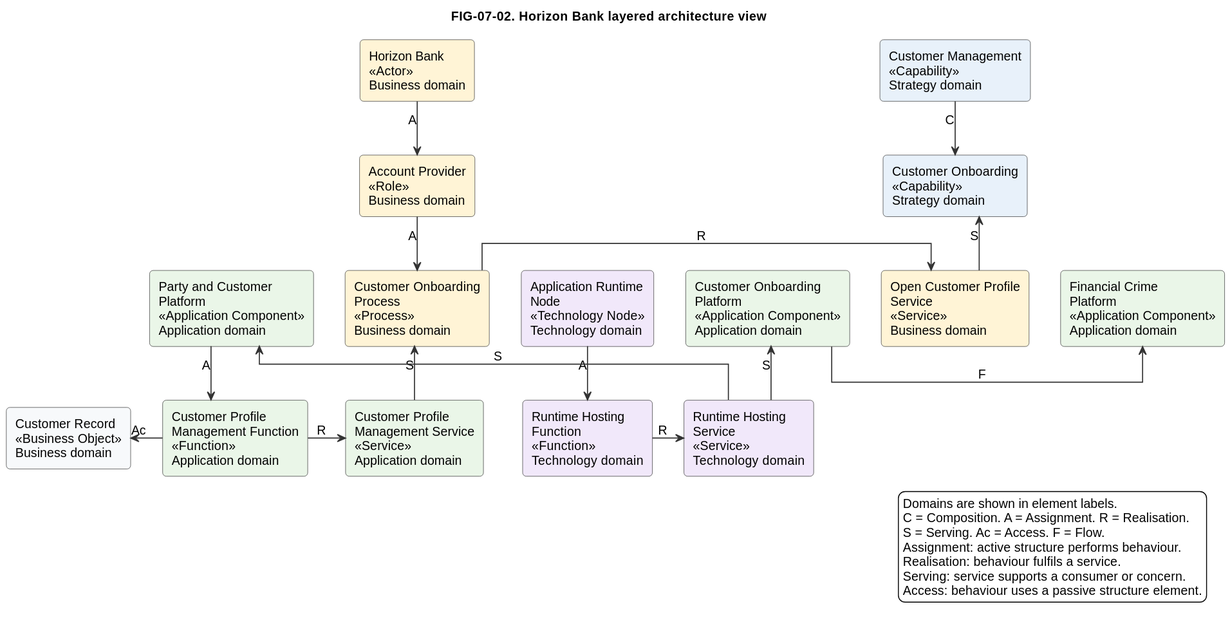
The PlantUML diagram diagrams/exported/svg/FIG-07-02-horizon-bank-layered-architecture-view.svg in nishikanttiwari01/Architecture_Modelling, before a commit.
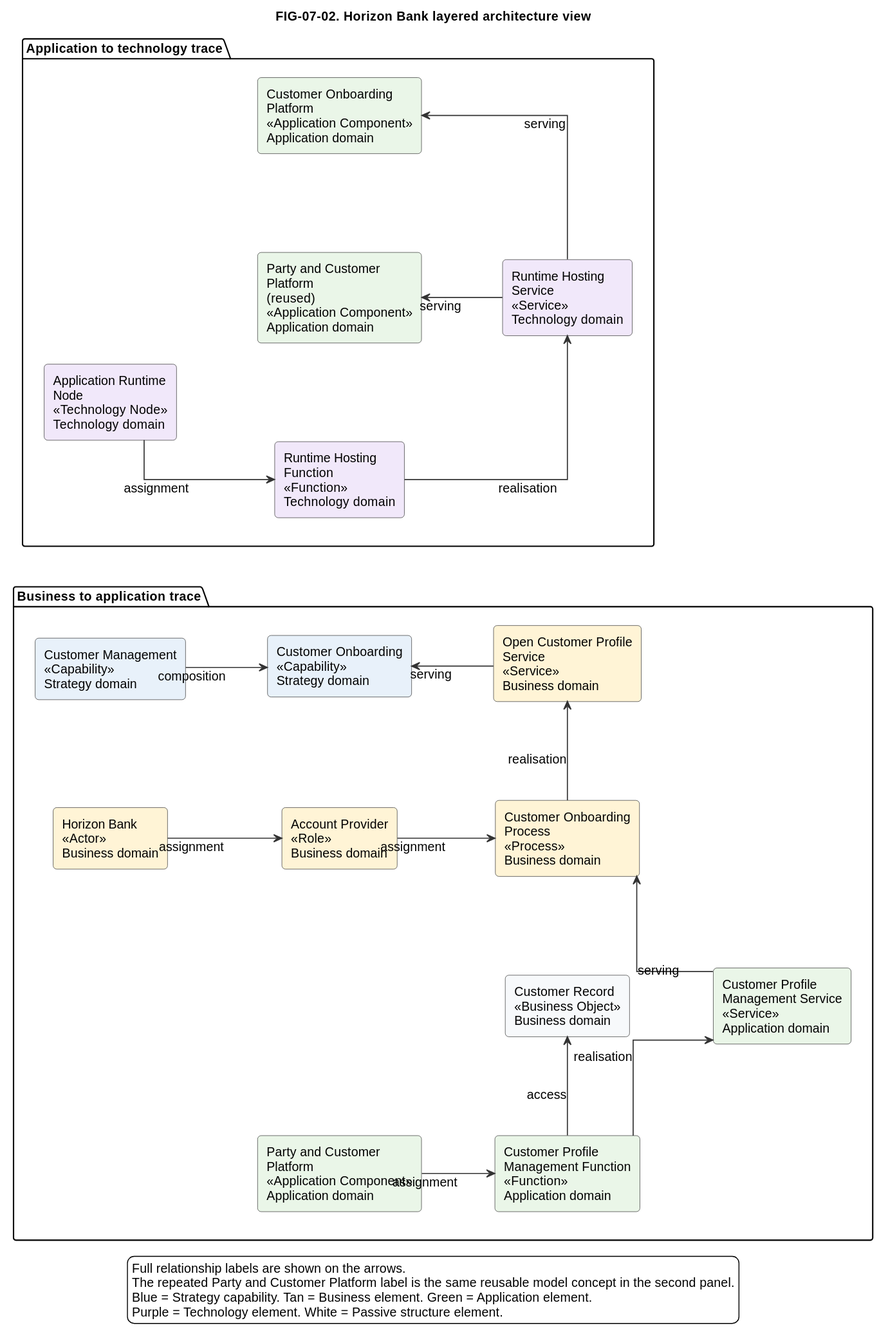
Later version of the same file.

Diff of the diagram source:
```diff
@@ -4,55 +4,60 @@
 title FIG-07-02. Horizon Bank layered architecture view
 
 skinparam linetype ortho
+skinparam nodesep 110
+skinparam ranksep 80
 skinparam rectangle {
   RoundCorner 8
 }
 
-top to bottom direction
+left to right direction
 
-rectangle "Customer Management\n<<Capability>>\nStrategy domain" as cap_customer #E8F1FA
-rectangle "Customer Onboarding\n<<Capability>>\nStrategy domain" as cap_onboarding #E8F1FA
+package "Business to application trace" as panel_business #FFFFFF {
+  rectangle "Customer Management\n<<Capability>>\nStrategy domain" as cap_customer #E8F1FA
+  rectangle "Customer Onboarding\n<<Capability>>\nStrategy domain" as cap_onboarding #E8F1FA
 
-rectangle "Horizon Bank\n<<Actor>>\nBusiness domain" as actor_bank #FFF4D6
-rectangle "Account Provider\n<<Role>>\nBusiness domain" as role_provider #FFF4D6
-rectangle "Customer Onboarding\nProcess\n<<Process>>\nBusiness domain" as bp_onboarding #FFF4D6
-rectangle "Open Customer Profile\nService\n<<Service>>\nBusiness domain" as bs_open_profile #FFF4D6
-rectangle "Customer Record\n<<Business Object>>\nBusiness domain" as bo_customer #F7F9FB
+  rectangle "Horizon Bank\n<<Actor>>\nBusiness domain" as actor_bank #FFF4D6
+  rectangle "Account Provider\n<<Role>>\nBusiness domain" as role_provider #FFF4D6
+  rectangle "Customer Onboarding\nProcess\n<<Process>>\nBusiness domain" as bp_onboarding #FFF4D6
+  rectangle "Open Customer Profile\nService\n<<Service>>\nBusiness domain" as bs_open_profile #FFF4D6
 
-rectangle "Party and Customer\nPlatform\n<<Application Component>>\nApplication domain" as app_party #EAF6E8
-rectangle "Customer Profile\nManagement Function\n<<Function>>\nApplication domain" as app_func #EAF6E8
-rectangle "Customer Profile\nManagement Service\n<<Service>>\nApplication domain" as app_service #EAF6E8
-rectangle "Customer Onboarding\nPlatform\n<<Application Component>>\nApplication domain" as app_onboarding #EAF6E8
-rectangle "Financial Crime\nPlatform\n<<Application Component>>\nApplication domain" as app_fincrime #EAF6E8
+  rectangle "Party and Customer\nPlatform\n<<Application Component>>\nApplication domain" as app_party #EAF6E8
+  rectangle "Customer Profile\nManagement Function\n<<Function>>\nApplication domain" as app_func #EAF6E8
+  rectangle "Customer Profile\nManagement Service\n<<Service>>\nApplication domain" as app_service #EAF6E8
+  rectangle "Customer Record\n<<Business Object>>\nBusiness domain" as bo_customer #F7F9FB
+}
 
-rectangle "Application Runtime\nNode\n<<Technology Node>>\nTechnology domain" as tech_node #F1E8FA
-rectangle "Runtime Hosting\nFunction\n<<Function>>\nTechnology domain" as tech_func #F1E8FA
-rectangle "Runtime Hosting\nService\n<<Service>>\nTechnology domain" as tech_service #F1E8FA
+package "Application to technology trace" as panel_technology #FFFFFF {
+  rectangle "Party and Customer\nPlatform\n(reused)\n<<Application Component>>\nApplication domain" as app_party_tech #EAF6E8
+  rectangle "Customer Onboarding\nPlatform\n<<Application Component>>\nApplication domain" as app_onboarding #EAF6E8
 
-cap_customer -down-> cap_onboarding : C
-actor_bank -down-> role_provider : A
-role_provider -down-> bp_onboarding : A
-bp_onboarding -right-> bs_open_profile : R
-bs_open_profile -up-> cap_onboarding : S
+  rectangle "Application Runtime\nNode\n<<Technology Node>>\nTechnology domain" as tech_node #F1E8FA
+  rectangle "Runtime Hosting\nFunction\n<<Function>>\nTechnology domain" as tech_func #F1E8FA
+  rectangle "Runtime Hosting\nService\n<<Service>>\nTechnology domain" as tech_service #F1E8FA
+}
 
-app_party -down-> app_func : A
-app_func -right-> app_service : R
-app_service -up-> bp_onboarding : S
-app_func -left-> bo_customer : Ac
-app_onboarding -right-> app_fincrime : F
+cap_customer -down-> cap_onboarding : composition
+actor_bank -down-> role_provider : assignment
+role_provider -down-> bp_onboarding : assignment
+bp_onboarding -right-> bs_open_profile : realisation
+bs_open_profile -up-> cap_onboarding : serving
 
-tech_node -down-> tech_func : A
-tech_func -right-> tech_service : R
-tech_service -up-> app_party : S
-tech_service -up-> app_onboarding : S
+app_party -down-> app_func : assignment
+app_func -right-> bo_customer : access
+app_func -down-> app_service : realisation
+app_service -up-> bp_onboarding : serving
 
-legend right
-  Domains are shown in element labels.
-  C = Composition. A = Assignment. R = Realisation.
-  S = Serving. Ac = Access. F = Flow.
-  Assignment: active structure performs behaviour.
-  Realisation: behaviour fulfils a service.
-  Serving: service supports a consumer or concern.
-  Access: behaviour uses a passive structure element.
+tech_node -down-> tech_func : assignment
+tech_func -down-> tech_service : realisation
+tech_service -up-> app_party_tech : serving
+tech_service -up-> app_onboarding : serving
+
+panel_business -[hidden]right-> panel_technology
+
+legend bottom
+  Full relationship labels are shown on the arrows.
+  The repeated Party and Customer Platform label is the same reusable model concept in the second panel.
+  Blue = Strategy capability. Tan = Business element. Green = Application element.
+  Purple = Technology element. White = Passive structure element.
 endlegend
 @enduml
```
